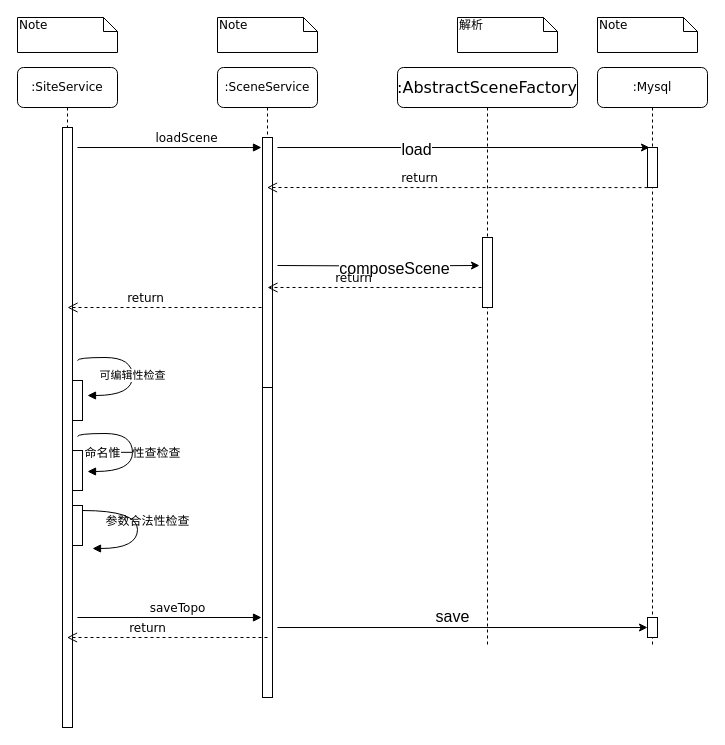
Above: craft/add_floors_flow_site.drawio in feihu618/drawio (draw.io), before the change. Source tidied: cells renumbered, new cells numbered last; positions are measured from the earlier drawing's top-left corner, leaving out a move shared by most shapes. Both pictures are drawn from the tidied source at 100%, with x=0, y=0 at pixel (17, 17).
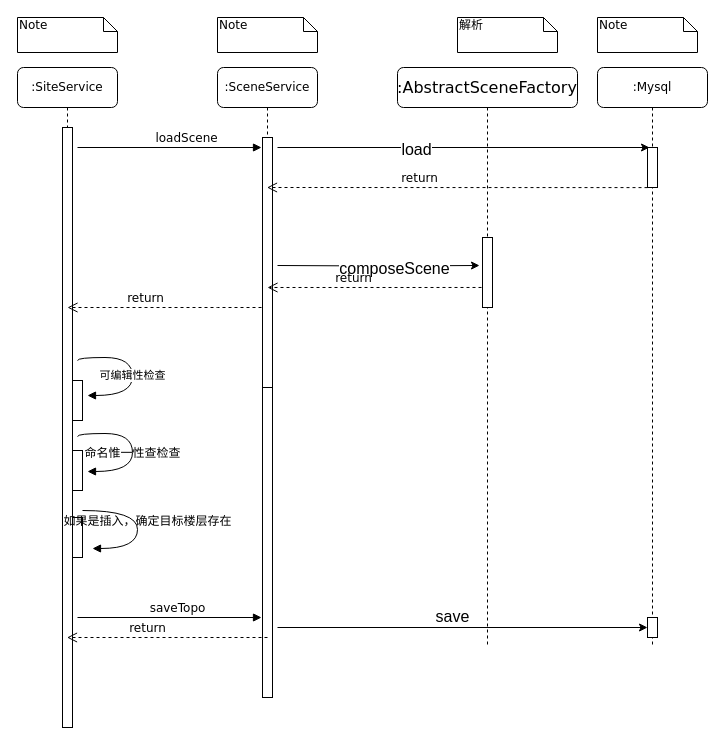
The same page after the edit.

Unchanged cells that the change refers to:
```xml
<mxCell id="11" value=":SiteService" style="shape=umlLifeline;perimeter=lifelinePerimeter;whiteSpace=wrap;html=1;outlineConnect=0;rounded=1;shadow=0;comic=0;labelBackgroundColor=none;strokeWidth=1;fontFamily=Verdana;fontSize=12;align=center;" parent="1" vertex="1">
  <mxGeometry y="50" width="100" height="660" as="geometry" />
</mxCell>
```

What changed in the source:
```diff
@@
     <mxCell id="13" style="html=1;perimeter=orthogonalPerimeter;rounded=0;shadow=0;comic=0;labelBackgroundColor=none;strokeWidth=1;fontFamily=Verdana;fontSize=12;align=center;" parent="11" vertex="1">
-      <mxGeometry x="55" y="438" width="10" height="40" as="geometry" />
+      <mxGeometry x="55" y="450" width="10" height="40" as="geometry" />
     </mxCell>
@@
-    <mxCell id="32" value="参数合法性检查" style="html=1;verticalAlign=bottom;endArrow=block;labelBackgroundColor=none;fontFamily=Verdana;fontSize=12;elbow=vertical;edgeStyle=orthogonalEdgeStyle;curved=1;exitX=1.038;exitY=0.345;exitPerimeter=0;" parent="1" edge="1">
+    <mxCell id="32" value="如果是插入，确定目标楼层存在" style="html=1;verticalAlign=bottom;endArrow=block;labelBackgroundColor=none;fontFamily=Verdana;fontSize=12;elbow=vertical;edgeStyle=orthogonalEdgeStyle;curved=1;exitX=1.038;exitY=0.345;exitPerimeter=0;" parent="1" edge="1">
       <mxGeometry x="0.09" y="10" relative="1" as="geometry">
         <mxPoint x="65" y="493" as="sourcePoint" />
         <mxPoint x="75" y="531" as="targetPoint" />
         <Array as="points">
           <mxPoint x="120" y="493" />
           <mxPoint x="120" y="531" />
           <mxPoint x="75" y="531" />
         </Array>
       </mxGeometry>
     </mxCell>
```
